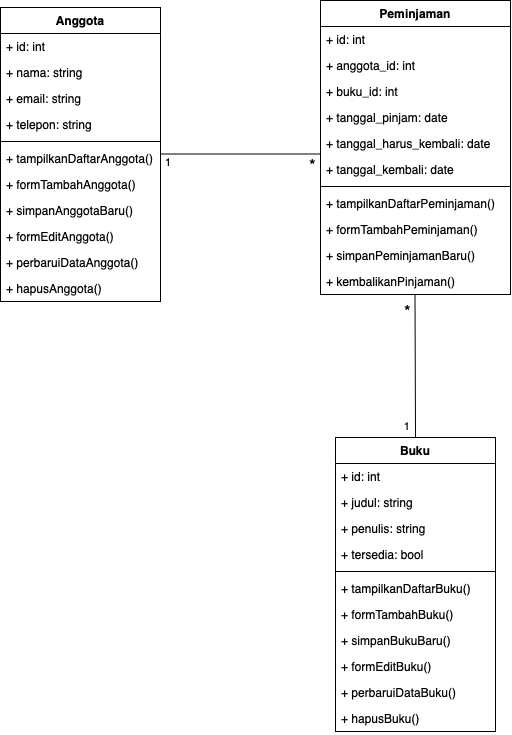
Before: class-diagram.png, a diagram exported from draw.io (angelineivana/tesLSP). Source tidied: cells renumbered, new cells last; positions are measured from the earlier drawing's top-left corner, leaving out a move shared by most shapes.
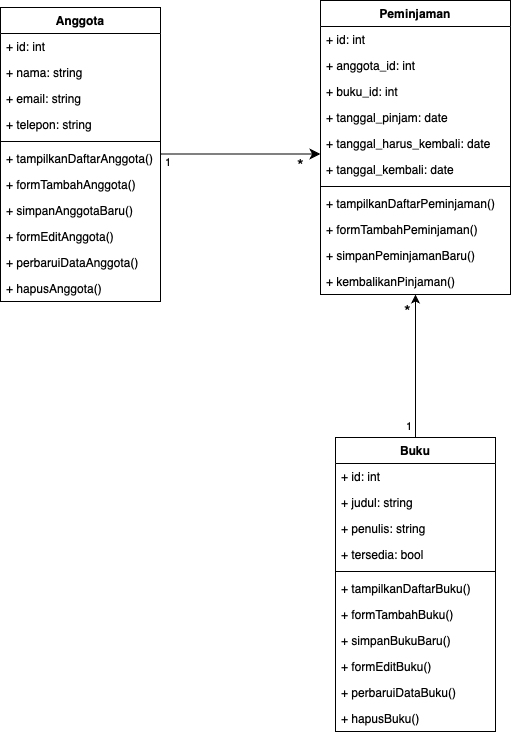
After the commit.

Commit message:
Fix class diagram

What changed in the source:
```diff
@@ -110,17 +110,7 @@
     <mxCell id="37" value="+ kembalikanPinjaman()" style="text;align=left;verticalAlign=top;spacingLeft=4;spacingRight=4;overflow=hidden;points=[[0,0.5],[1,0.5]];portConstraint=eastwest;" parent="26" vertex="1">
       <mxGeometry y="268" width="190" height="26" as="geometry" />
     </mxCell>
-    <mxCell id="38" style="endArrow=none;html=1;edgeStyle=orthogonalEdgeStyle;rounded=0;fontSize=12;startSize=8;endSize=8;curved=1;entryX=0.5;entryY=0;entryDx=0;entryDy=0;" parent="26" edge="1" target="14">
-      <mxGeometry relative="1" as="geometry">
-        <mxPoint x="94.5" y="294" as="sourcePoint" />
-      </mxGeometry>
-    </mxCell>
-    <mxCell id="39" value="1" style="edgeLabel;html=1;align=right;verticalAlign=bottom;" parent="38" vertex="1">
-      <mxGeometry x="1" relative="1" as="geometry">
-        <mxPoint x="-5" y="-3" as="offset" />
-      </mxGeometry>
-    </mxCell>
-    <mxCell id="40" style="endArrow=none;html=1;edgeStyle=orthogonalEdgeStyle;rounded=0;fontSize=12;startSize=8;endSize=8;curved=1;" parent="1" edge="1">
+    <mxCell id="40" style="endArrow=classic;html=1;edgeStyle=orthogonalEdgeStyle;rounded=0;fontSize=12;startSize=8;endSize=8;curved=1;" parent="1" edge="1">
       <mxGeometry relative="1" as="geometry">
         <mxPoint x="160" y="153.5" as="sourcePoint" />
         <mxPoint x="320" y="153.5" as="targetPoint" />
@@ -128,7 +118,7 @@
     </mxCell>
     <mxCell id="41" value="*" style="edgeLabel;html=1;align=center;verticalAlign=top;fontSize=17;" parent="40" vertex="1">
       <mxGeometry x="1" relative="1" as="geometry">
-        <mxPoint x="-8" y="-6" as="offset" />
+        <mxPoint x="-20" y="-6" as="offset" />
       </mxGeometry>
     </mxCell>
     <mxCell id="42" value="1" style="edgeLabel;html=1;align=left;verticalAlign=bottom;" parent="40" vertex="1">
@@ -139,5 +129,11 @@
     <mxCell id="43" value="*" style="edgeLabel;html=1;align=center;verticalAlign=top;fontSize=17;" parent="1" vertex="1">
       <mxGeometry x="407" y="294" as="geometry" />
     </mxCell>
+    <mxCell id="44" style="endArrow=classic;html=1;rounded=0;exitX=0.5;exitY=0;exitDx=0;exitDy=0;" parent="1" edge="1" source="14" target="37">
+      <mxGeometry relative="1" as="geometry" />
+    </mxCell>
+    <mxCell id="39" value="1" style="edgeLabel;html=1;align=left;verticalAlign=bottom;" parent="1" vertex="1">
+      <mxGeometry x="404" y="434" as="geometry" />
+    </mxCell>
   </root>
 </mxGraphModel>
```
